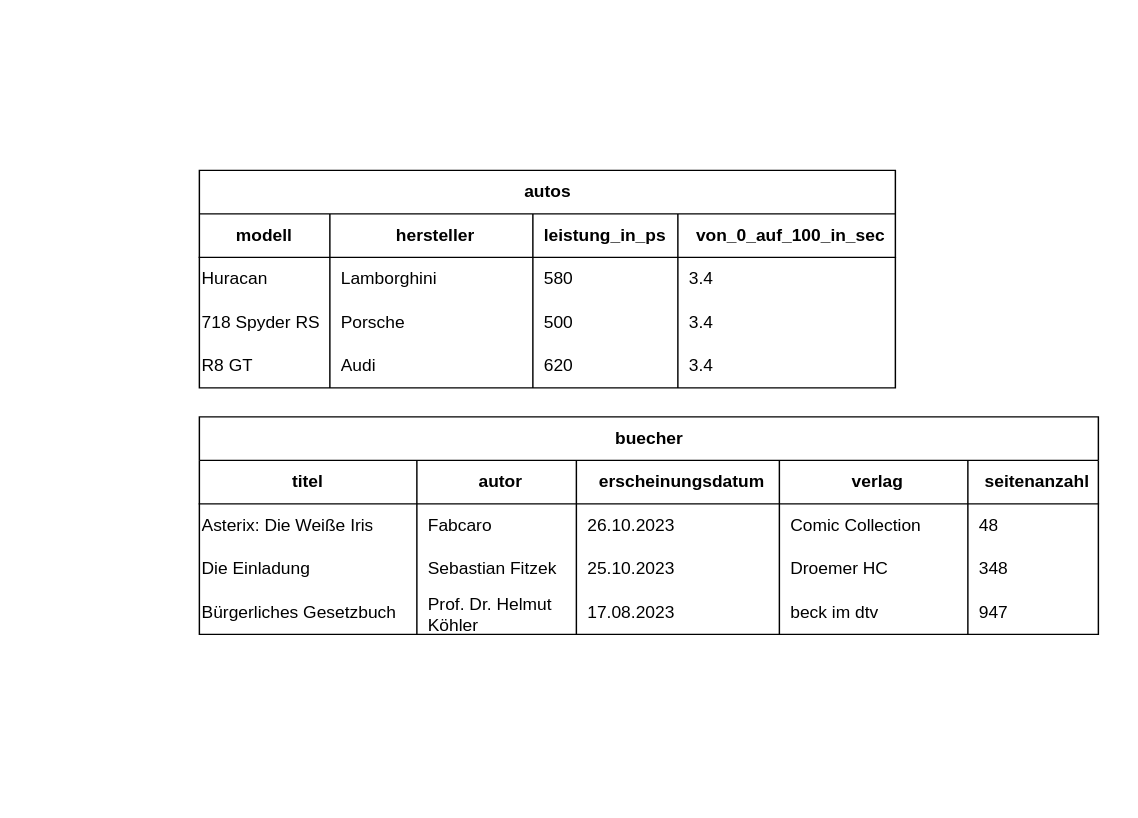
The draw.io diagram sql/Übung 24 Mengenschreibweise in Tabellen umwandeln.drawio in ScrumKaiser/PHP_SQL_Weiterbildung_2023, before the edit. Source tidied: cells renumbered, new cells numbered last; positions are measured from the earlier drawing's top-left corner, leaving out a move shared by most shapes. Both pictures are drawn from the tidied source at 145%, with x=0, y=0 at pixel (199, 170).
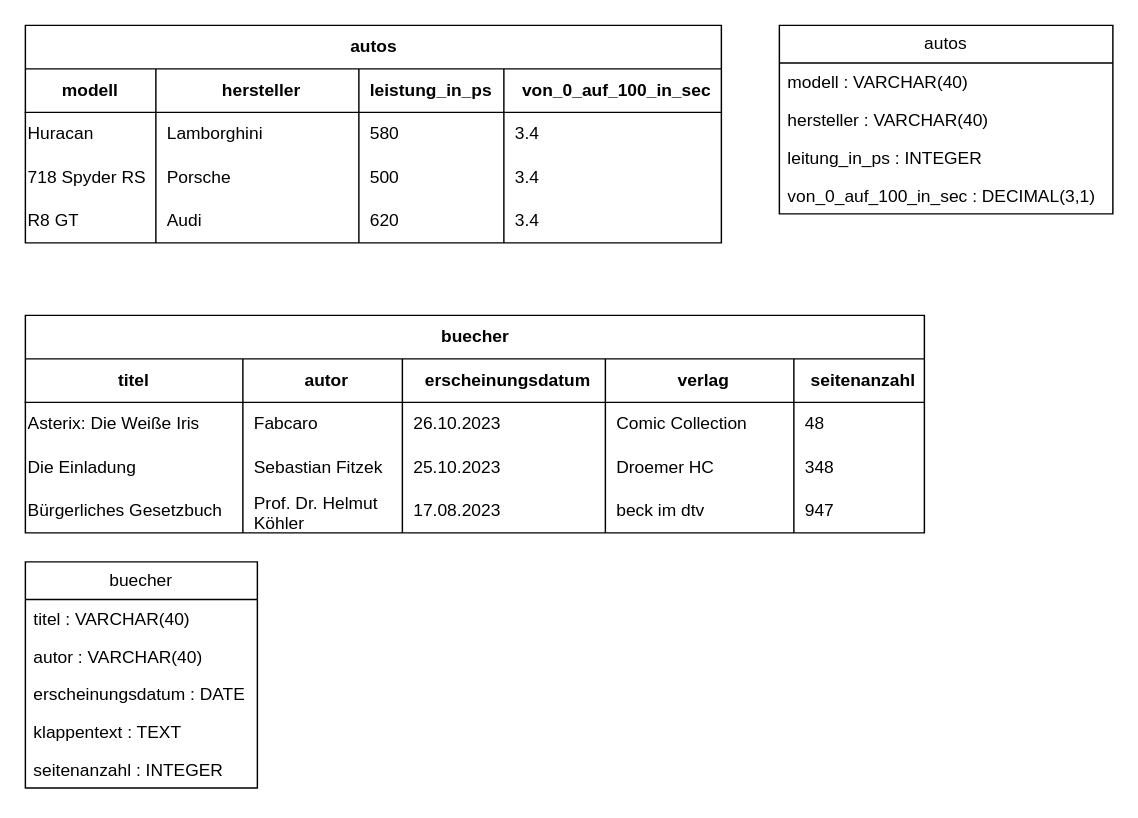
Above is the later version.

What changed in the source:
```diff
@@
     <mxCell id="2" value="autos" style="shape=table;startSize=30;childLayout=tableLayout;rowLines=0;fontStyle=1;align=center;html=1;swimlaneFillColor=default;" parent="1" vertex="1">
-      <mxGeometry width="480" height="150" as="geometry" />
+      <mxGeometry x="-120" y="-100" width="480" height="150" as="geometry" />
     </mxCell>
@@
-    <mxCell id="23" value="buecher" style="shape=table;startSize=30;childLayout=tableLayout;rowLines=0;fontStyle=1;align=center;html=1;" parent="1" vertex="1">
-      <mxGeometry y="170" width="620" height="150" as="geometry" />
+    <mxCell id="23" value="buecher" style="shape=table;startSize=30;childLayout=tableLayout;rowLines=0;fontStyle=1;align=center;html=1;swimlaneFillColor=default;" parent="1" vertex="1">
+      <mxGeometry x="-120" y="100" width="620" height="150" as="geometry" />
     </mxCell>
@@
+    <mxCell id="48" value="autos" style="swimlane;fontStyle=0;horizontal=1;startSize=26;fillColor=default;whiteSpace=wrap;html=1;swimlaneFillColor=default;" parent="1" vertex="1">
+      <mxGeometry x="400" y="-100" width="230" height="130" as="geometry" />
+    </mxCell>
+    <mxCell id="49" value="modell : VARCHAR(40)" style="text;strokeColor=none;fillColor=none;align=left;verticalAlign=top;spacingLeft=4;spacingRight=4;overflow=hidden;whiteSpace=wrap;html=1;" parent="48" vertex="1">
+      <mxGeometry y="26" width="230" height="26" as="geometry" />
+    </mxCell>
+    <mxCell id="50" value="hersteller : VARCHAR(40)" style="text;strokeColor=none;fillColor=none;align=left;verticalAlign=top;spacingLeft=4;spacingRight=4;overflow=hidden;whiteSpace=wrap;html=1;" parent="48" vertex="1">
+      <mxGeometry y="52" width="230" height="26" as="geometry" />
+    </mxCell>
+    <mxCell id="51" value="leitung_in_ps : INTEGER" style="text;strokeColor=none;fillColor=none;align=left;verticalAlign=top;spacingLeft=4;spacingRight=4;overflow=hidden;whiteSpace=wrap;html=1;" parent="48" vertex="1">
+      <mxGeometry y="78" width="230" height="26" as="geometry" />
+    </mxCell>
+    <mxCell id="52" value="von_0_auf_100_in_sec : DECIMAL(3,1)" style="text;strokeColor=none;fillColor=none;align=left;verticalAlign=top;spacingLeft=4;spacingRight=4;overflow=hidden;whiteSpace=wrap;html=1;" parent="48" vertex="1">
+      <mxGeometry y="104" width="230" height="26" as="geometry" />
+    </mxCell>
+    <mxCell id="53" value="buecher" style="swimlane;fontStyle=0;horizontal=1;startSize=26;fillColor=default;whiteSpace=wrap;html=1;swimlaneFillColor=default;" parent="1" vertex="1">
+      <mxGeometry x="-120" y="270" width="160" height="156" as="geometry" />
+    </mxCell>
+    <mxCell id="54" value="titel : VARCHAR(40)" style="text;strokeColor=none;fillColor=none;align=left;verticalAlign=top;spacingLeft=4;spacingRight=4;overflow=hidden;whiteSpace=wrap;html=1;" parent="53" vertex="1">
+      <mxGeometry y="26" width="160" height="26" as="geometry" />
+    </mxCell>
+    <mxCell id="55" value="autor : VARCHAR(40)" style="text;strokeColor=none;fillColor=none;align=left;verticalAlign=top;spacingLeft=4;spacingRight=4;overflow=hidden;whiteSpace=wrap;html=1;" parent="53" vertex="1">
+      <mxGeometry y="52" width="160" height="26" as="geometry" />
+    </mxCell>
+    <mxCell id="56" value="erscheinungsdatum : DATE" style="text;strokeColor=none;fillColor=none;align=left;verticalAlign=top;spacingLeft=4;spacingRight=4;overflow=hidden;whiteSpace=wrap;html=1;" parent="53" vertex="1">
+      <mxGeometry y="78" width="160" height="26" as="geometry" />
+    </mxCell>
+    <mxCell id="57" value="klappentext : TEXT" style="text;strokeColor=none;fillColor=none;align=left;verticalAlign=top;spacingLeft=4;spacingRight=4;overflow=hidden;whiteSpace=wrap;html=1;" parent="53" vertex="1">
+      <mxGeometry y="104" width="160" height="26" as="geometry" />
+    </mxCell>
+    <mxCell id="58" value="seitenanzahl : INTEGER" style="text;strokeColor=none;fillColor=none;align=left;verticalAlign=top;spacingLeft=4;spacingRight=4;overflow=hidden;whiteSpace=wrap;html=1;" parent="53" vertex="1">
+      <mxGeometry y="130" width="160" height="26" as="geometry" />
+    </mxCell>
```
